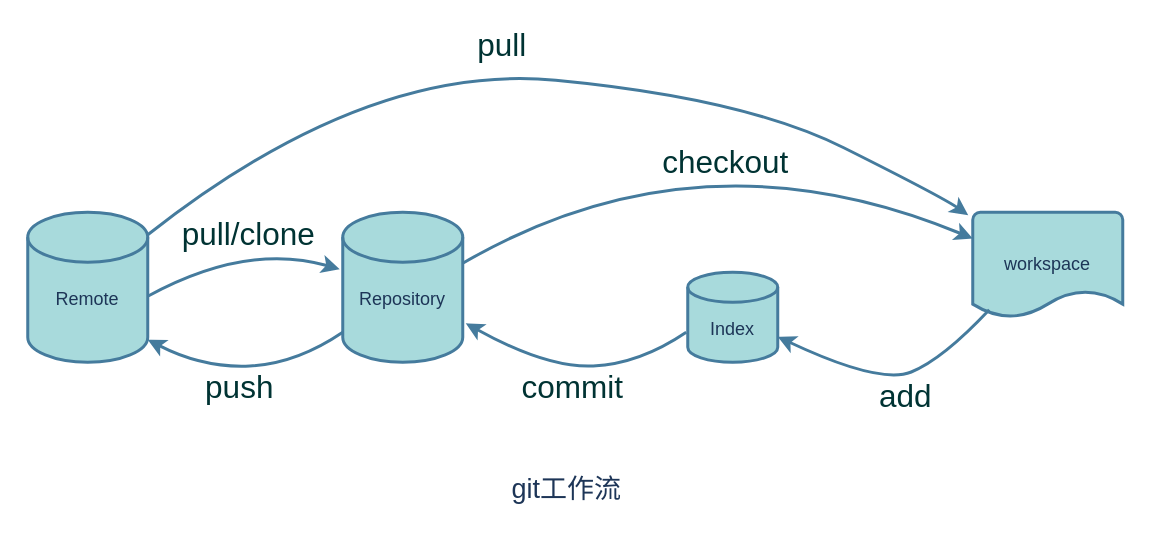
Earlier version of the draw.io diagram Untitled Diagram.drawio (zisiahf/vue2). Source tidied: cells renumbered, new cells numbered last; positions are measured from the earlier drawing's top-left corner, leaving out a move shared by most shapes. Both pictures are drawn from the tidied source at 150%, with x=0, y=0 at pixel (27, 62).
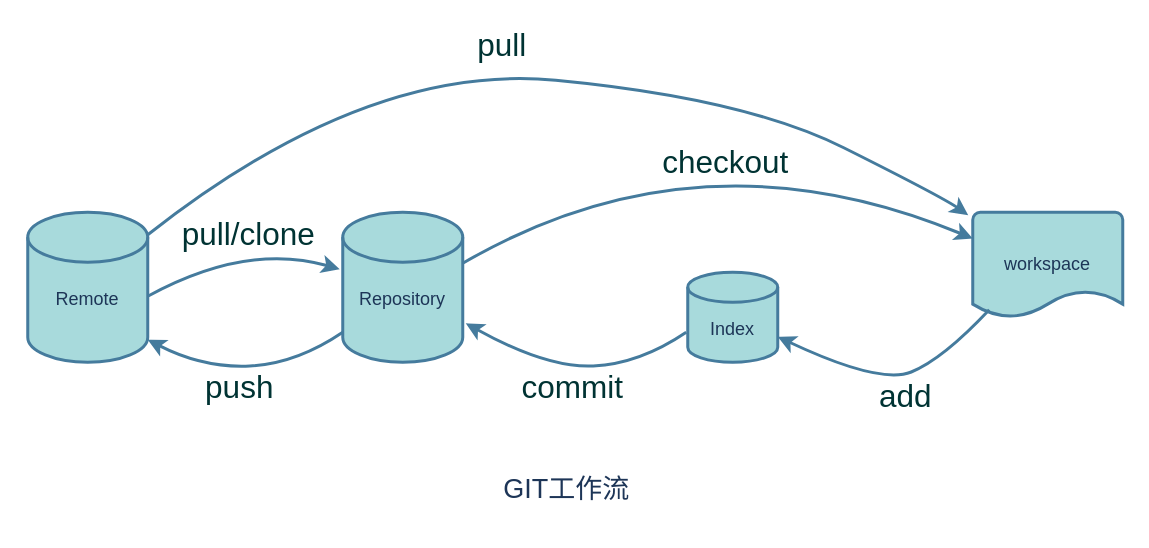
The same page after the edit.

Diff of the diagram source:
```diff
@@
-    <mxCell id="18" value="&lt;font style=&quot;font-size: 18px;&quot;&gt;git工作流&lt;/font&gt;" style="text;html=1;align=center;verticalAlign=middle;strokeColor=none;fillColor=none;fontColor=#1D3557;" parent="1" vertex="1">
-      <mxGeometry x="311" y="264" width="96" height="42" as="geometry" />
+    <mxCell id="18" value="&lt;font style=&quot;font-size: 18px;&quot;&gt;GIT工作流&lt;/font&gt;" style="text;html=1;align=center;verticalAlign=middle;strokeColor=none;fillColor=none;fontColor=#1D3557;" parent="1" vertex="1">
+      <mxGeometry x="305" y="264" width="108" height="42" as="geometry" />
     </mxCell>
```
